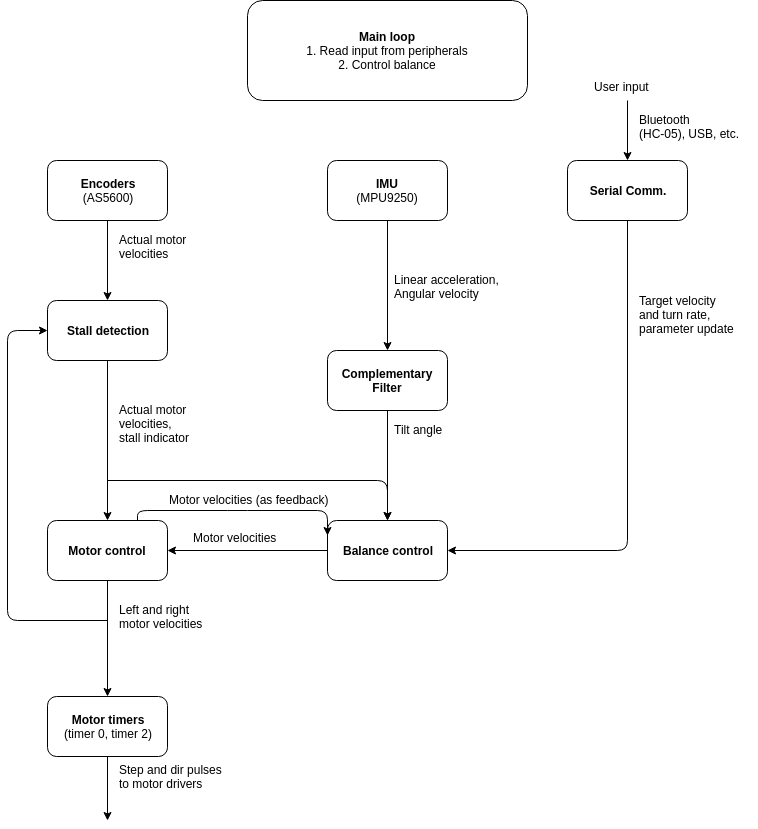
Above: arduino_block_diagram.png in yinondouchan/balancing_robot (draw.io), before the change. Source tidied: cells renumbered, new cells last; positions are measured from the earlier drawing's top-left corner, leaving out a move shared by most shapes. Its diagram source:
```xml
<mxGraphModel>
  <root>
    <mxCell id="0" />
    <mxCell id="1" parent="0" />
    <mxCell id="2" value="&lt;b&gt;IMU&lt;/b&gt;&lt;br&gt;(MPU9250)" style="rounded=1;whiteSpace=wrap;html=1;" parent="1" vertex="1">
      <mxGeometry x="320" y="160" width="120" height="60" as="geometry" />
    </mxCell>
    <mxCell id="3" value="&lt;b&gt;Encoders&lt;br&gt;&lt;/b&gt;(AS5600)" style="rounded=1;whiteSpace=wrap;html=1;" parent="1" vertex="1">
      <mxGeometry x="40" y="160" width="120" height="60" as="geometry" />
    </mxCell>
    <mxCell id="4" value="&lt;b&gt;Serial Comm.&lt;/b&gt;" style="rounded=1;whiteSpace=wrap;html=1;" parent="1" vertex="1">
      <mxGeometry x="560" y="160" width="120" height="60" as="geometry" />
    </mxCell>
    <mxCell id="5" value="&lt;b&gt;Complementary Filter&lt;/b&gt;" style="rounded=1;whiteSpace=wrap;html=1;" parent="1" vertex="1">
      <mxGeometry x="320" y="350" width="120" height="60" as="geometry" />
    </mxCell>
    <mxCell id="6" value="&lt;b&gt;Balance control&lt;/b&gt;" style="rounded=1;whiteSpace=wrap;html=1;" parent="1" vertex="1">
      <mxGeometry x="320" y="520" width="120" height="60" as="geometry" />
    </mxCell>
    <mxCell id="7" value="&lt;b&gt;Motor control&lt;/b&gt;" style="rounded=1;whiteSpace=wrap;html=1;" parent="1" vertex="1">
      <mxGeometry x="40" y="520" width="120" height="60" as="geometry" />
    </mxCell>
    <mxCell id="8" style="endArrow=classic;html=1;exitX=0.5;exitY=1;exitDx=0;exitDy=0;entryX=0.5;entryY=0;entryDx=0;entryDy=0;" parent="1" edge="1" source="2" target="5">
      <mxGeometry relative="1" as="geometry" />
    </mxCell>
    <mxCell id="9" value="Linear acceleration,&lt;br&gt;Angular velocity" style="text;html=1;align=left;verticalAlign=top;spacingTop=-4;" parent="1" vertex="1">
      <mxGeometry x="385" y="270" width="120" height="30" as="geometry" />
    </mxCell>
    <mxCell id="10" style="endArrow=classic;html=1;entryX=0.5;entryY=0;entryDx=0;entryDy=0;" parent="1" edge="1" target="4">
      <mxGeometry relative="1" as="geometry">
        <mxPoint x="620" y="100" as="sourcePoint" />
      </mxGeometry>
    </mxCell>
    <mxCell id="11" value="Bluetooth&lt;br&gt;(HC-05), USB, etc." style="text;html=1;align=left;verticalAlign=top;spacingTop=-4;" parent="1" vertex="1">
      <mxGeometry x="630" y="110" width="120" height="30" as="geometry" />
    </mxCell>
    <mxCell id="12" style="endArrow=classic;html=1;exitX=0.5;exitY=1;exitDx=0;exitDy=0;entryX=0.5;entryY=0;entryDx=0;entryDy=0;" parent="1" edge="1" source="5" target="6">
      <mxGeometry relative="1" as="geometry" />
    </mxCell>
    <mxCell id="13" value="Tilt angle" style="text;html=1;align=left;verticalAlign=top;spacingTop=-4;" parent="1" vertex="1">
      <mxGeometry x="385" y="420" width="60" height="20" as="geometry" />
    </mxCell>
    <mxCell id="14" value="Motor velocities" style="text;html=1;align=left;verticalAlign=top;spacingTop=-4;" parent="1" vertex="1">
      <mxGeometry x="184" y="528" width="100" height="20" as="geometry" />
    </mxCell>
    <mxCell id="15" style="endArrow=classic;html=1;exitX=0.5;exitY=1;exitDx=0;exitDy=0;entryX=1;entryY=0.5;entryDx=0;entryDy=0;jumpStyle=arc;jumpSize=15;" parent="1" edge="1" source="4" target="6">
      <mxGeometry relative="1" as="geometry">
        <Array as="points">
          <mxPoint x="620" y="550" />
        </Array>
      </mxGeometry>
    </mxCell>
    <mxCell id="16" value="Target velocity&lt;br&gt;and turn rate,&lt;br&gt;parameter update" style="text;html=1;align=left;verticalAlign=top;spacingTop=-4;" parent="1" vertex="1">
      <mxGeometry x="630" y="291" width="110" height="40" as="geometry" />
    </mxCell>
    <mxCell id="17" value="Actual motor&lt;br&gt;velocities" style="text;html=1;align=left;verticalAlign=top;spacingTop=-4;" parent="1" vertex="1">
      <mxGeometry x="110" y="230" width="80" height="30" as="geometry" />
    </mxCell>
    <mxCell id="18" value="&lt;b&gt;Stall detection&lt;/b&gt;" style="rounded=1;whiteSpace=wrap;html=1;" parent="1" vertex="1">
      <mxGeometry x="40" y="300" width="120" height="60" as="geometry" />
    </mxCell>
    <mxCell id="19" style="endArrow=classic;html=1;exitX=0.5;exitY=1;exitDx=0;exitDy=0;entryX=0.5;entryY=0;entryDx=0;entryDy=0;" parent="1" edge="1" source="3" target="18">
      <mxGeometry relative="1" as="geometry" />
    </mxCell>
    <mxCell id="20" style="endArrow=classic;html=1;exitX=0;exitY=0.5;exitDx=0;exitDy=0;entryX=1;entryY=0.5;entryDx=0;entryDy=0;" parent="1" edge="1" source="6" target="7">
      <mxGeometry relative="1" as="geometry" />
    </mxCell>
    <mxCell id="21" style="endArrow=classic;html=1;exitX=0.5;exitY=1;exitDx=0;exitDy=0;entryX=0.5;entryY=0;entryDx=0;entryDy=0;" parent="1" edge="1" source="18" target="7">
      <mxGeometry relative="1" as="geometry" />
    </mxCell>
    <mxCell id="22" style="endArrow=classic;html=1;exitX=0.5;exitY=1;exitDx=0;exitDy=0;entryX=0.5;entryY=0;entryDx=0;entryDy=0;" parent="1" edge="1" source="7" target="27">
      <mxGeometry relative="1" as="geometry" />
    </mxCell>
    <mxCell id="23" value="Left and right&lt;br&gt;motor velocities" style="text;html=1;align=left;verticalAlign=top;spacingTop=-4;" parent="1" vertex="1">
      <mxGeometry x="110" y="600" width="100" height="30" as="geometry" />
    </mxCell>
    <mxCell id="24" value="Actual motor&lt;br&gt;velocities,&lt;br&gt;stall indicator" style="text;html=1;align=left;verticalAlign=top;spacingTop=-4;" parent="1" vertex="1">
      <mxGeometry x="110" y="400" width="90" height="40" as="geometry" />
    </mxCell>
    <mxCell id="25" style="endArrow=classic;html=1;entryX=0;entryY=0.5;entryDx=0;entryDy=0;" parent="1" edge="1" target="18">
      <mxGeometry relative="1" as="geometry">
        <mxPoint x="100" y="620" as="sourcePoint" />
        <Array as="points">
          <mxPoint y="620" />
          <mxPoint y="330" />
        </Array>
      </mxGeometry>
    </mxCell>
    <mxCell id="26" style="endArrow=classic;html=1;entryX=0.5;entryY=0;entryDx=0;entryDy=0;jumpStyle=arc;jumpSize=15;" parent="1" edge="1" target="6">
      <mxGeometry relative="1" as="geometry">
        <mxPoint x="100" y="480" as="sourcePoint" />
        <Array as="points">
          <mxPoint x="380" y="480" />
        </Array>
      </mxGeometry>
    </mxCell>
    <mxCell id="27" value="&lt;b&gt;Motor timers&lt;/b&gt;&lt;br&gt;(timer 0, timer 2)" style="rounded=1;whiteSpace=wrap;html=1;" parent="1" vertex="1">
      <mxGeometry x="40" y="696" width="120" height="60" as="geometry" />
    </mxCell>
    <mxCell id="28" style="endArrow=classic;html=1;exitX=0.5;exitY=1;exitDx=0;exitDy=0;" parent="1" edge="1" source="27">
      <mxGeometry relative="1" as="geometry">
        <mxPoint x="100" y="820" as="targetPoint" />
      </mxGeometry>
    </mxCell>
    <mxCell id="29" value="Step and dir pulses&lt;br&gt;to motor drivers" style="text;html=1;align=left;verticalAlign=top;spacingTop=-4;" parent="1" vertex="1">
      <mxGeometry x="110" y="760" width="120" height="30" as="geometry" />
    </mxCell>
    <mxCell id="30" value="&lt;b&gt;Main loop&lt;/b&gt;&lt;br&gt;1. Read input from peripherals&lt;br&gt;2. Control balance" style="rounded=1;whiteSpace=wrap;html=1;" parent="1" vertex="1">
      <mxGeometry x="240" width="280" height="100" as="geometry" />
    </mxCell>
    <mxCell id="31" value="User input" style="text;html=1;align=left;verticalAlign=top;spacingTop=-4;" parent="1" vertex="1">
      <mxGeometry x="585" y="77" width="70" height="20" as="geometry" />
    </mxCell>
    <mxCell id="32" style="endArrow=classic;html=1;entryX=0;entryY=0.25;entryDx=0;entryDy=0;exitX=0.75;exitY=0;exitDx=0;exitDy=0;" parent="1" edge="1" source="7" target="6">
      <mxGeometry relative="1" as="geometry">
        <Array as="points">
          <mxPoint x="130" y="510" />
          <mxPoint x="230" y="510" />
          <mxPoint x="320" y="510" />
        </Array>
      </mxGeometry>
    </mxCell>
    <mxCell id="33" value="Motor velocities (as feedback)" style="text;html=1;align=left;verticalAlign=top;spacingTop=-4;" parent="1" vertex="1">
      <mxGeometry x="160" y="490" width="170" height="20" as="geometry" />
    </mxCell>
  </root>
</mxGraphModel>
```
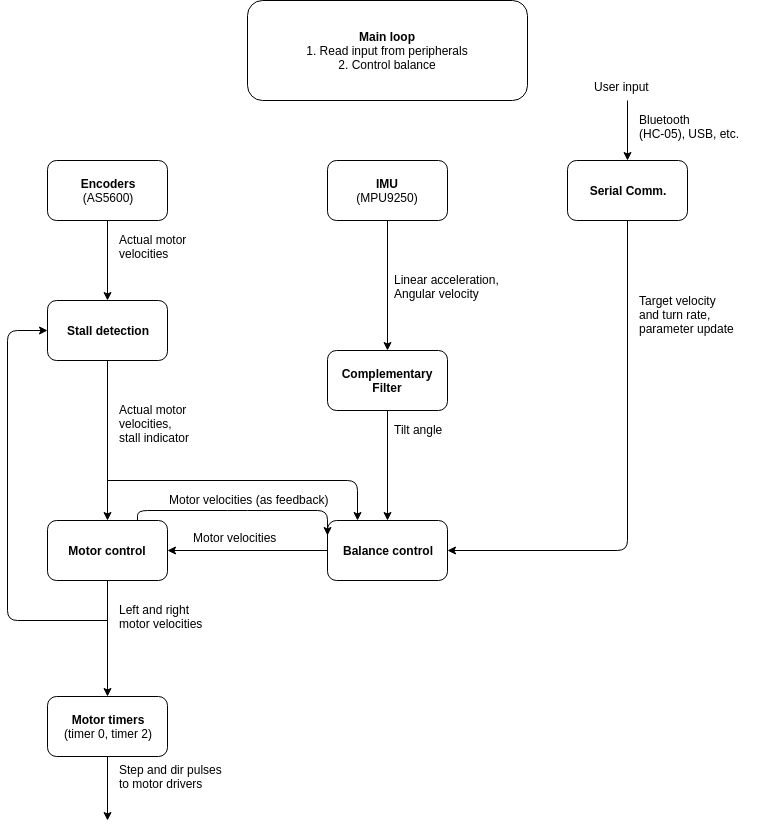
After the change.

Commit message:
fixed someting in the block diagram

What changed in the source:
```diff
@@ -86,11 +86,11 @@
         </Array>
       </mxGeometry>
     </mxCell>
-    <mxCell id="26" style="endArrow=classic;html=1;entryX=0.5;entryY=0;entryDx=0;entryDy=0;jumpStyle=arc;jumpSize=15;" parent="1" edge="1" target="6">
+    <mxCell id="26" style="endArrow=classic;html=1;entryX=0.25;entryY=0;entryDx=0;entryDy=0;jumpStyle=arc;jumpSize=15;" parent="1" edge="1" target="6">
       <mxGeometry relative="1" as="geometry">
         <mxPoint x="100" y="480" as="sourcePoint" />
         <Array as="points">
-          <mxPoint x="380" y="480" />
+          <mxPoint x="350" y="480" />
         </Array>
       </mxGeometry>
     </mxCell>
```
